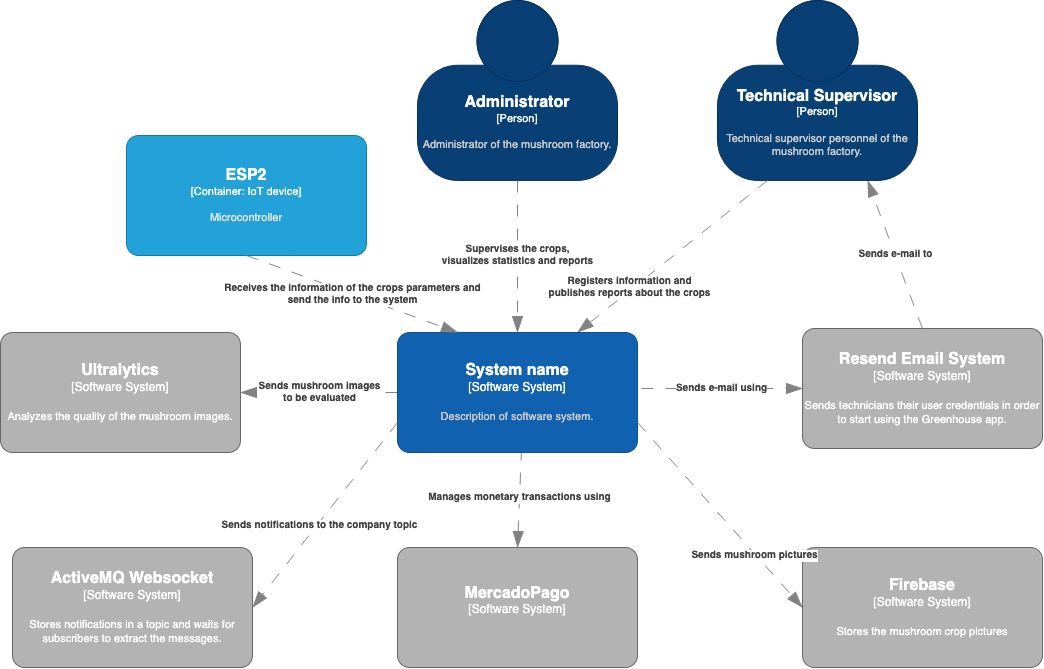
The draw.io diagram assets/images/chapter_4/strategic_ddd/system_landscape_diagram.png in Greenhouse-IoT/upc-pre-202510-1asi0572-2941-integradis-report-tb1, before a commit. Source tidied: cells renumbered, new cells last; positions are measured from the earlier drawing's top-left corner, leaving out a move shared by most shapes. Source of this version:
```xml
<mxGraphModel>
  <root>
    <mxCell id="0" />
    <mxCell id="1" parent="0" />
    <object id="2" label="&lt;font style=&quot;font-size: 16px&quot;&gt;&lt;b&gt;%c4Name%&lt;/b&gt;&lt;/font&gt;&lt;div&gt;[%c4Type%]&lt;/div&gt;&lt;br&gt;&lt;div&gt;&lt;font style=&quot;font-size: 11px&quot;&gt;&lt;font color=&quot;#cccccc&quot;&gt;%c4Description%&lt;/font&gt;&lt;/div&gt;" c4Description="Administrator of the mushroom factory." c4Name="Administrator" c4Type="Person" placeholders="1">
      <mxCell style="html=1;fontSize=11;dashed=0;whiteSpace=wrap;fillColor=#083F75;strokeColor=#06315C;fontColor=#ffffff;shape=mxgraph.c4.person2;align=center;points=[[0.5,0,0],[1,0.5,0],[1,0.75,0],[0.75,1,0],[0.5,1,0],[0.25,1,0],[0,0.75,0],[0,0.5,0]];" parent="1" vertex="1">
        <mxGeometry x="417" width="200" height="180" as="geometry" />
      </mxCell>
    </object>
    <object id="3" label="&lt;font style=&quot;font-size: 16px&quot;&gt;&lt;b&gt;%c4Name%&lt;/b&gt;&lt;/font&gt;&lt;div&gt;[%c4Type%]&lt;/div&gt;&lt;br&gt;&lt;div&gt;&lt;font style=&quot;font-size: 11px&quot;&gt;&lt;font color=&quot;#cccccc&quot;&gt;%c4Description%&lt;/font&gt;&lt;/div&gt;" c4Description="Technical supervisor personnel of the mushroom factory." c4Name="Technical Supervisor" c4Type="Person" placeholders="1">
      <mxCell style="html=1;fontSize=11;dashed=0;whiteSpace=wrap;fillColor=#083F75;strokeColor=#06315C;fontColor=#ffffff;shape=mxgraph.c4.person2;align=center;points=[[0.5,0,0],[1,0.5,0],[1,0.75,0],[0.75,1,0],[0.5,1,0],[0.25,1,0],[0,0.75,0],[0,0.5,0]];" parent="1" vertex="1">
        <mxGeometry x="717" width="200" height="180" as="geometry" />
      </mxCell>
    </object>
    <object id="4" label="&lt;div style=&quot;text-align: left&quot;&gt;&lt;div style=&quot;text-align: center&quot;&gt;&lt;b&gt;%c4Description%&lt;/b&gt;&lt;/div&gt;" c4Description="Registers information and &#10;publishes reports about the crops" c4Type="Relationship" placeholders="1">
      <mxCell style="endArrow=blockThin;html=1;fontSize=10;fontColor=#404040;strokeWidth=1;endFill=1;strokeColor=#828282;endSize=14;startSize=14;jumpStyle=arc;jumpSize=16;rounded=0;exitX=0.25;exitY=1;exitDx=0;exitDy=0;exitPerimeter=0;dashed=1;dashPattern=12 12;entryX=0.75;entryY=0;entryDx=0;entryDy=0;entryPerimeter=0;spacingRight=0;spacing=20;" parent="1" edge="1" source="3" target="13">
        <mxGeometry x="0.43" y="-3" relative="1" as="geometry">
          <mxPoint y="1" as="offset" />
        </mxGeometry>
      </mxCell>
    </object>
    <object id="5" label="&lt;div style=&quot;text-align: left&quot;&gt;&lt;div style=&quot;text-align: center&quot;&gt;&lt;b&gt;%c4Description%&lt;/b&gt;&lt;/div&gt;" c4Description="Supervises the crops, &#10;visualizes statistics and reports" c4Type="Relationship" placeholders="1">
      <mxCell style="endArrow=blockThin;html=1;fontSize=10;fontColor=#404040;strokeWidth=1;endFill=1;strokeColor=#828282;endSize=14;startSize=14;jumpStyle=arc;jumpSize=16;rounded=0;dashed=1;dashPattern=12 12;exitX=0.5;exitY=1;exitDx=0;exitDy=0;exitPerimeter=0;entryX=0.5;entryY=0;entryDx=0;entryDy=0;entryPerimeter=0;" parent="1" edge="1" source="2" target="13">
        <mxGeometry relative="1" as="geometry" />
      </mxCell>
    </object>
    <object id="6" label="&lt;font style=&quot;font-size: 16px&quot;&gt;&lt;b&gt;%c4Name%&lt;/b&gt;&lt;/font&gt;&lt;div&gt;[%c4Type%]&lt;/div&gt;&lt;br&gt;&lt;div&gt;&lt;font style=&quot;font-size: 11px&quot;&gt;&lt;font&gt;%c4Description%&lt;/font&gt;&lt;/font&gt;&lt;/div&gt;" c4Description="Analyzes the quality of the mushroom images." c4Name="Ultralytics" c4Type="Software System" placeholders="1">
      <mxCell style="rounded=1;whiteSpace=wrap;html=1;labelBackgroundColor=none;fillColor=#B3B3B3;fontColor=#FFFFFF;align=center;arcSize=10;strokeColor=#666666;points=[[0.25,0,0],[0.5,0,0],[0.75,0,0],[1,0.25,0],[1,0.5,0],[1,0.75,0],[0.75,1,0],[0.5,1,0],[0.25,1,0],[0,0.75,0],[0,0.5,0],[0,0.25,0]];" parent="1" vertex="1">
        <mxGeometry y="332" width="240" height="120" as="geometry" />
      </mxCell>
    </object>
    <object id="7" label="&lt;div style=&quot;text-align: left&quot;&gt;&lt;div style=&quot;text-align: center&quot;&gt;&lt;b&gt;%c4Description%&lt;/b&gt;&lt;/div&gt;&lt;div style=&quot;text-align: center&quot;&gt;%c4Technology%&lt;/div&gt;&lt;/div&gt;" c4Description="Sends mushroom images&#10;to be evaluated" c4Technology="" c4Type="Relationship" placeholders="1">
      <mxCell style="endArrow=blockThin;html=1;fontSize=10;fontColor=#404040;strokeWidth=1;endFill=1;strokeColor=#828282;elbow=vertical;endSize=14;startSize=14;jumpStyle=arc;jumpSize=16;rounded=0;entryX=1;entryY=0.5;entryDx=0;entryDy=0;entryPerimeter=0;dashed=1;dashPattern=12 12;exitX=0;exitY=0.5;exitDx=0;exitDy=0;exitPerimeter=0;" parent="1" edge="1" source="13" target="6">
        <mxGeometry x="-0.01" relative="1" as="geometry" />
      </mxCell>
    </object>
    <object id="8" label="&lt;font style=&quot;font-size: 16px&quot;&gt;&lt;b&gt;%c4Name%&lt;/b&gt;&lt;/font&gt;&lt;div&gt;[%c4Type%]&lt;/div&gt;&lt;br&gt;&lt;div&gt;&lt;font style=&quot;font-size: 11px&quot;&gt;&lt;font&gt;%c4Description%&lt;/font&gt;&lt;/font&gt;&lt;/div&gt;" c4Description="Sends technicians their user credentials in order to start using the Greenhouse app." c4Name="Resend Email System" c4Type="Software System" placeholders="1">
      <mxCell style="rounded=1;whiteSpace=wrap;html=1;labelBackgroundColor=none;fillColor=#B3B3B3;fontColor=#FFFFFF;align=center;arcSize=10;strokeColor=#666666;points=[[0.25,0,0],[0.5,0,0],[0.75,0,0],[1,0.25,0],[1,0.5,0],[1,0.75,0],[0.75,1,0],[0.5,1,0],[0.25,1,0],[0,0.75,0],[0,0.5,0],[0,0.25,0]];" parent="1" vertex="1">
        <mxGeometry x="802" y="328" width="240" height="120" as="geometry" />
      </mxCell>
    </object>
    <object id="9" label="&lt;div style=&quot;text-align: left&quot;&gt;&lt;div style=&quot;text-align: center&quot;&gt;&lt;b&gt;%c4Description%&lt;/b&gt;&lt;/div&gt;" c4Description="Sends e-mail to" c4Type="Relationship" placeholders="1">
      <mxCell style="endArrow=blockThin;html=1;fontSize=10;fontColor=#404040;strokeWidth=1;endFill=1;strokeColor=#828282;elbow=vertical;endSize=14;startSize=14;jumpStyle=arc;jumpSize=16;rounded=0;dashed=1;dashPattern=12 12;entryX=0.75;entryY=1;entryDx=0;entryDy=0;entryPerimeter=0;exitX=0.5;exitY=0;exitDx=0;exitDy=0;exitPerimeter=0;" parent="1" edge="1" source="8" target="3">
        <mxGeometry relative="1" as="geometry" />
      </mxCell>
    </object>
    <object id="10" label="&lt;div style=&quot;text-align: left&quot;&gt;&lt;div style=&quot;text-align: center&quot;&gt;&lt;b&gt;%c4Description%&lt;/b&gt;&lt;/div&gt;" c4Description="Sends e-mail using" c4Type="Relationship" placeholders="1">
      <mxCell style="endArrow=blockThin;html=1;fontSize=10;fontColor=#404040;strokeWidth=1;endFill=1;strokeColor=#828282;elbow=vertical;endSize=14;startSize=14;jumpStyle=arc;jumpSize=16;rounded=0;dashed=1;dashPattern=12 12;entryX=0;entryY=0.5;entryDx=0;entryDy=0;entryPerimeter=0;exitX=1;exitY=0.5;exitDx=0;exitDy=0;exitPerimeter=0;" parent="1" edge="1" target="8">
        <mxGeometry relative="1" as="geometry">
          <mxPoint x="641" y="388" as="sourcePoint" />
        </mxGeometry>
      </mxCell>
    </object>
    <object id="11" label="&lt;font style=&quot;font-size: 16px&quot;&gt;&lt;b&gt;%c4Name%&lt;/b&gt;&lt;/font&gt;&lt;div&gt;[%c4Type%]&lt;/div&gt;&lt;br&gt;&lt;div&gt;&lt;font style=&quot;font-size: 11px&quot;&gt;&lt;font color=&quot;#cccccc&quot;&gt;%c4Description%&lt;/font&gt;&lt;/div&gt;" c4Description="" c4Name="MercadoPago" c4Type="Software System" placeholders="1">
      <mxCell style="rounded=1;whiteSpace=wrap;html=1;labelBackgroundColor=none;fillColor=#B3B3B3;fontColor=#ffffff;align=center;arcSize=10;strokeColor=#666666;points=[[0.25,0,0],[0.5,0,0],[0.75,0,0],[1,0.25,0],[1,0.5,0],[1,0.75,0],[0.75,1,0],[0.5,1,0],[0.25,1,0],[0,0.75,0],[0,0.5,0],[0,0.25,0]];" parent="1" vertex="1">
        <mxGeometry x="397" y="547" width="240" height="120" as="geometry" />
      </mxCell>
    </object>
    <object id="12" label="&lt;div style=&quot;text-align: left&quot;&gt;&lt;div style=&quot;text-align: center&quot;&gt;&lt;b&gt;%c4Description%&lt;/b&gt;&lt;/div&gt;" c4Description="Manages monetary transactions using" c4Type="Relationship" placeholders="1">
      <mxCell style="endArrow=blockThin;html=1;fontSize=10;fontColor=#404040;strokeWidth=1;endFill=1;strokeColor=#828282;elbow=vertical;endSize=14;startSize=14;jumpStyle=arc;jumpSize=16;rounded=0;dashed=1;dashPattern=12 12;entryX=0.5;entryY=0;entryDx=0;entryDy=0;entryPerimeter=0;exitX=0.5;exitY=1;exitDx=0;exitDy=0;exitPerimeter=0;" parent="1" edge="1" target="11">
        <mxGeometry relative="1" as="geometry">
          <mxPoint x="521" y="448" as="sourcePoint" />
        </mxGeometry>
      </mxCell>
    </object>
    <object id="13" label="&lt;font style=&quot;font-size: 16px&quot;&gt;&lt;b&gt;%c4Name%&lt;/b&gt;&lt;/font&gt;&lt;div&gt;[%c4Type%]&lt;/div&gt;&lt;br&gt;&lt;div&gt;&lt;font style=&quot;font-size: 11px&quot;&gt;&lt;font color=&quot;#cccccc&quot;&gt;%c4Description%&lt;/font&gt;&lt;/div&gt;" c4Description="Description of software system." c4Name="System name" c4Type="Software System" placeholders="1">
      <mxCell style="rounded=1;whiteSpace=wrap;html=1;labelBackgroundColor=none;fillColor=#1061B0;fontColor=#ffffff;align=center;arcSize=10;strokeColor=#0D5091;points=[[0.25,0,0],[0.5,0,0],[0.75,0,0],[1,0.25,0],[1,0.5,0],[1,0.75,0],[0.75,1,0],[0.5,1,0],[0.25,1,0],[0,0.75,0],[0,0.5,0],[0,0.25,0]];" parent="1" vertex="1">
        <mxGeometry x="397" y="332" width="240" height="120" as="geometry" />
      </mxCell>
    </object>
    <object id="14" label="&lt;font style=&quot;font-size: 16px&quot;&gt;&lt;b&gt;%c4Name%&lt;/b&gt;&lt;/font&gt;&lt;div&gt;[%c4Type%]&lt;/div&gt;&lt;br&gt;&lt;div&gt;&lt;font style=&quot;font-size: 11px&quot;&gt;&lt;font&gt;%c4Description%&lt;/font&gt;&lt;/font&gt;&lt;/div&gt;" c4Description="Stores notifications in a topic and waits for subscribers to extract the messages." c4Name="ActiveMQ Websocket" c4Type="Software System" placeholders="1">
      <mxCell style="rounded=1;whiteSpace=wrap;html=1;labelBackgroundColor=none;fillColor=#B3B3B3;fontColor=#FFFFFF;align=center;arcSize=10;strokeColor=#666666;points=[[0.25,0,0],[0.5,0,0],[0.75,0,0],[1,0.25,0],[1,0.5,0],[1,0.75,0],[0.75,1,0],[0.5,1,0],[0.25,1,0],[0,0.75,0],[0,0.5,0],[0,0.25,0]];" parent="1" vertex="1">
        <mxGeometry x="12" y="547" width="240" height="120" as="geometry" />
      </mxCell>
    </object>
    <object id="15" label="&lt;div style=&quot;text-align: left&quot;&gt;&lt;div style=&quot;text-align: center&quot;&gt;&lt;b&gt;%c4Description%&lt;/b&gt;&lt;/div&gt;" c4Description="Sends notifications to the company topic" c4Type="Relationship" placeholders="1">
      <mxCell style="endArrow=blockThin;html=1;fontSize=10;fontColor=#404040;strokeWidth=1;endFill=1;strokeColor=#828282;endSize=14;startSize=14;jumpStyle=arc;jumpSize=16;rounded=0;exitX=0;exitY=0.75;exitDx=0;exitDy=0;entryX=1;entryY=0.5;entryDx=0;entryDy=0;dashed=1;dashPattern=12 12;entryPerimeter=0;exitPerimeter=0;" parent="1" edge="1" source="13" target="14">
        <mxGeometry x="0.09" y="2" relative="1" as="geometry" />
      </mxCell>
    </object>
    <object id="16" label="&lt;font style=&quot;font-size: 16px&quot;&gt;&lt;b&gt;%c4Name%&lt;/b&gt;&lt;/font&gt;&lt;div&gt;[%c4Type%]&lt;/div&gt;&lt;br&gt;&lt;div&gt;&lt;font style=&quot;font-size: 11px&quot;&gt;&lt;font&gt;%c4Description%&lt;/font&gt;&lt;/font&gt;&lt;/div&gt;" c4Description="Stores the mushroom crop pictures" c4Name="Firebase" c4Type="Software System" placeholders="1">
      <mxCell style="rounded=1;whiteSpace=wrap;html=1;labelBackgroundColor=none;fillColor=#B3B3B3;fontColor=#FFFFFF;align=center;arcSize=10;strokeColor=#666666;points=[[0.25,0,0],[0.5,0,0],[0.75,0,0],[1,0.25,0],[1,0.5,0],[1,0.75,0],[0.75,1,0],[0.5,1,0],[0.25,1,0],[0,0.75,0],[0,0.5,0],[0,0.25,0]];" parent="1" vertex="1">
        <mxGeometry x="802" y="547" width="240" height="120" as="geometry" />
      </mxCell>
    </object>
    <object id="17" label="&lt;div style=&quot;text-align: left&quot;&gt;&lt;div style=&quot;text-align: center&quot;&gt;&lt;b&gt;%c4Description%&lt;/b&gt;&lt;/div&gt;&lt;div style=&quot;text-align: center&quot;&gt;%c4Technology%&lt;/div&gt;&lt;/div&gt;" c4Description="Sends mushroom pictures" c4Technology="" c4Type="Relationship" placeholders="1">
      <mxCell style="endArrow=blockThin;html=1;fontSize=10;fontColor=#404040;strokeWidth=1;endFill=1;strokeColor=#828282;elbow=vertical;endSize=14;startSize=14;jumpStyle=arc;jumpSize=16;rounded=0;dashed=1;dashPattern=12 12;exitX=1;exitY=0.75;exitDx=0;exitDy=0;entryX=0;entryY=0.5;entryDx=0;entryDy=0;entryPerimeter=0;exitPerimeter=0;" parent="1" edge="1" source="13" target="16">
        <mxGeometry x="0.43" y="-1" relative="1" as="geometry" />
      </mxCell>
    </object>
    <object id="18" label="&lt;font style=&quot;font-size: 16px&quot;&gt;&lt;b&gt;%c4Name%&lt;/b&gt;&lt;/font&gt;&lt;div&gt;[%c4Type%: %c4Technology%]&lt;/div&gt;&lt;br&gt;&lt;div&gt;&lt;font style=&quot;font-size: 11px&quot;&gt;&lt;font color=&quot;#E6E6E6&quot;&gt;%c4Description%&lt;/font&gt;&lt;/div&gt;" c4Description="Microcontroller" c4Name="ESP2" c4Technology="IoT device" c4Type="Container" placeholders="1">
      <mxCell style="rounded=1;whiteSpace=wrap;html=1;fontSize=11;labelBackgroundColor=none;fillColor=#23A2D9;fontColor=#ffffff;align=center;arcSize=10;strokeColor=#0E7DAD;points=[[0.25,0,0],[0.5,0,0],[0.75,0,0],[1,0.25,0],[1,0.5,0],[1,0.75,0],[0.75,1,0],[0.5,1,0],[0.25,1,0],[0,0.75,0],[0,0.5,0],[0,0.25,0]];" parent="1" vertex="1">
        <mxGeometry x="126" y="135" width="240" height="120" as="geometry" />
      </mxCell>
    </object>
    <object id="19" label="&lt;div style=&quot;text-align: left&quot;&gt;&lt;div style=&quot;text-align: center&quot;&gt;&lt;b&gt;%c4Description%&lt;/b&gt;&lt;/div&gt;" c4Description="Receives the information of the crops parameters and &#10;send the info to the system" c4Type="Relationship" placeholders="1">
      <mxCell style="endArrow=blockThin;html=1;fontSize=10;fontColor=#404040;strokeWidth=1;endFill=1;strokeColor=#828282;endSize=14;startSize=14;jumpStyle=arc;jumpSize=16;rounded=0;dashed=1;dashPattern=12 12;exitX=0.5;exitY=1;exitDx=0;exitDy=0;exitPerimeter=0;entryX=0.25;entryY=0;entryDx=0;entryDy=0;entryPerimeter=0;" parent="1" edge="1" source="18" target="13">
        <mxGeometry relative="1" as="geometry" />
      </mxCell>
    </object>
  </root>
</mxGraphModel>
```
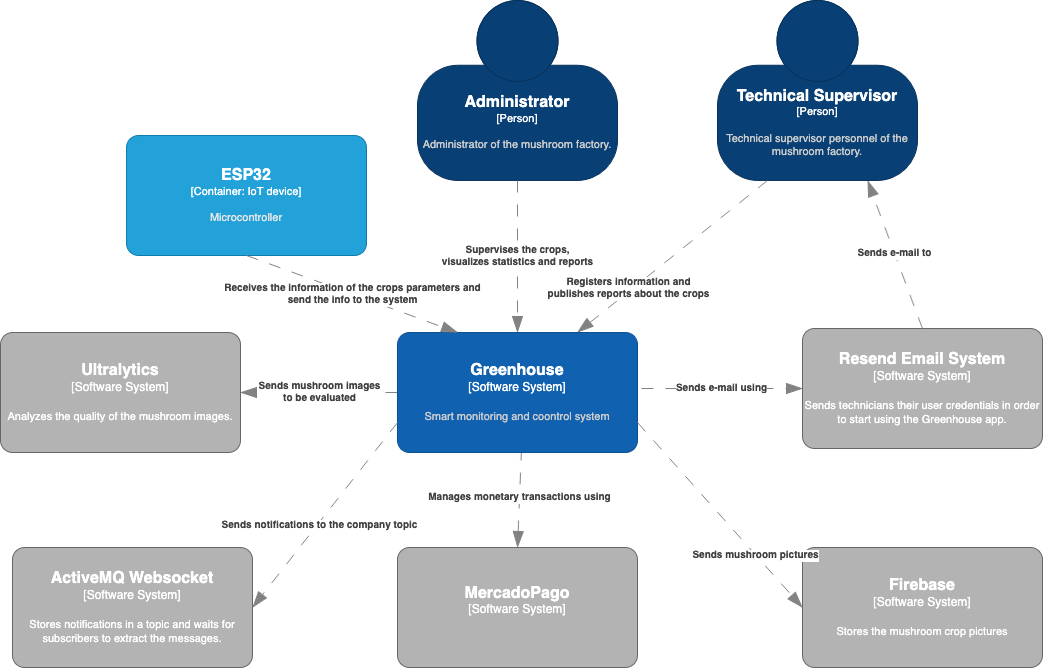
After the change.

Commit message:
docs: updated the system name of the diagrams

The edit, as a diff of the source:
```diff
@@ -63,7 +63,7 @@
         </mxGeometry>
       </mxCell>
     </object>
-    <object id="13" label="&lt;font style=&quot;font-size: 16px&quot;&gt;&lt;b&gt;%c4Name%&lt;/b&gt;&lt;/font&gt;&lt;div&gt;[%c4Type%]&lt;/div&gt;&lt;br&gt;&lt;div&gt;&lt;font style=&quot;font-size: 11px&quot;&gt;&lt;font color=&quot;#cccccc&quot;&gt;%c4Description%&lt;/font&gt;&lt;/div&gt;" c4Description="Description of software system." c4Name="System name" c4Type="Software System" placeholders="1">
+    <object id="13" label="&lt;font style=&quot;font-size: 16px&quot;&gt;&lt;b&gt;%c4Name%&lt;/b&gt;&lt;/font&gt;&lt;div&gt;[%c4Type%]&lt;/div&gt;&lt;br&gt;&lt;div&gt;&lt;font style=&quot;font-size: 11px&quot;&gt;&lt;font color=&quot;#cccccc&quot;&gt;%c4Description%&lt;/font&gt;&lt;/div&gt;" c4Description="Smart monitoring and coontrol system" c4Name="Greenhouse" c4Type="Software System" placeholders="1">
       <mxCell style="rounded=1;whiteSpace=wrap;html=1;labelBackgroundColor=none;fillColor=#1061B0;fontColor=#ffffff;align=center;arcSize=10;strokeColor=#0D5091;points=[[0.25,0,0],[0.5,0,0],[0.75,0,0],[1,0.25,0],[1,0.5,0],[1,0.75,0],[0.75,1,0],[0.5,1,0],[0.25,1,0],[0,0.75,0],[0,0.5,0],[0,0.25,0]];" parent="1" vertex="1">
         <mxGeometry x="397" y="332" width="240" height="120" as="geometry" />
       </mxCell>
@@ -88,7 +88,7 @@
         <mxGeometry x="0.43" y="-1" relative="1" as="geometry" />
       </mxCell>
     </object>
-    <object id="18" label="&lt;font style=&quot;font-size: 16px&quot;&gt;&lt;b&gt;%c4Name%&lt;/b&gt;&lt;/font&gt;&lt;div&gt;[%c4Type%: %c4Technology%]&lt;/div&gt;&lt;br&gt;&lt;div&gt;&lt;font style=&quot;font-size: 11px&quot;&gt;&lt;font color=&quot;#E6E6E6&quot;&gt;%c4Description%&lt;/font&gt;&lt;/div&gt;" c4Description="Microcontroller" c4Name="ESP2" c4Technology="IoT device" c4Type="Container" placeholders="1">
+    <object id="18" label="&lt;font style=&quot;font-size: 16px&quot;&gt;&lt;b&gt;%c4Name%&lt;/b&gt;&lt;/font&gt;&lt;div&gt;[%c4Type%: %c4Technology%]&lt;/div&gt;&lt;br&gt;&lt;div&gt;&lt;font style=&quot;font-size: 11px&quot;&gt;&lt;font color=&quot;#E6E6E6&quot;&gt;%c4Description%&lt;/font&gt;&lt;/div&gt;" c4Description="Microcontroller" c4Name="ESP32" c4Technology="IoT device" c4Type="Container" placeholders="1">
       <mxCell style="rounded=1;whiteSpace=wrap;html=1;fontSize=11;labelBackgroundColor=none;fillColor=#23A2D9;fontColor=#ffffff;align=center;arcSize=10;strokeColor=#0E7DAD;points=[[0.25,0,0],[0.5,0,0],[0.75,0,0],[1,0.25,0],[1,0.5,0],[1,0.75,0],[0.75,1,0],[0.5,1,0],[0.25,1,0],[0,0.75,0],[0,0.5,0],[0,0.25,0]];" parent="1" vertex="1">
         <mxGeometry x="126" y="135" width="240" height="120" as="geometry" />
       </mxCell>
```
